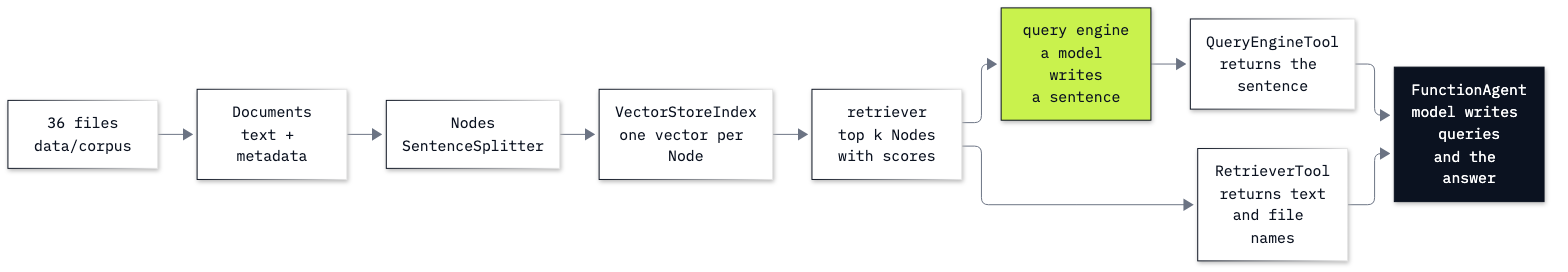
tatwan/ai_agents_course keeps this Mermaid diagram as 14_LlamaIndex_RAG/resources/lab14_documents_to_answer.png. Above is the earlier version. Its source is kept beside it as 14_LlamaIndex_RAG/resources/lab14_documents_to_answer.mmd.
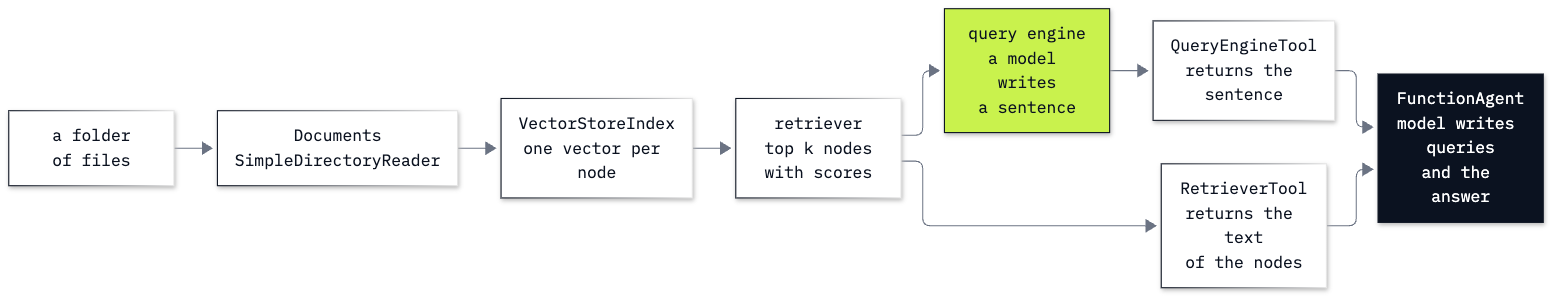
Later version of the same file.

The edit, as a diff of the source:
```diff
@@ -1,12 +1,11 @@
 %%{init: {"theme": "base", "flowchart": {"curve": "basis", "nodeSpacing": 34, "rankSpacing": 44}, "themeVariables": {"fontFamily": "IBM Plex Mono, monospace", "fontSize": "15px", "primaryColor": "#FFFFFF", "primaryBorderColor": "#0B1220", "primaryTextColor": "#0B1220", "lineColor": "#6B7383", "clusterBkg": "#F4F5F7", "clusterBorder": "#6B7383"}}}%%
 flowchart LR
-    files[36 files<br/>data/corpus] --> docs[Documents<br/>text + metadata]
-    docs --> nodes[Nodes<br/>SentenceSplitter]
-    nodes --> index[VectorStoreIndex<br/>one vector per Node]
-    index --> ret[retriever<br/>top k Nodes<br/>with scores]
+    files[a folder<br/>of files] --> docs[Documents<br/>SimpleDirectoryReader]
+    docs --> index[VectorStoreIndex<br/>one vector per node]
+    index --> ret[retriever<br/>top k nodes<br/>with scores]
     ret --> qe[query engine<br/>a model writes<br/>a sentence]
     qe --> qet[QueryEngineTool<br/>returns the sentence]
-    ret --> rt[RetrieverTool<br/>returns text<br/>and file names]
+    ret --> rt[RetrieverTool<br/>returns the text<br/>of the nodes]
     qet --> agent[FunctionAgent<br/>model writes queries<br/>and the answer]
     rt --> agent
     classDef model fill:#0B1220,color:#FFFFFF,stroke:#0B1220
```
